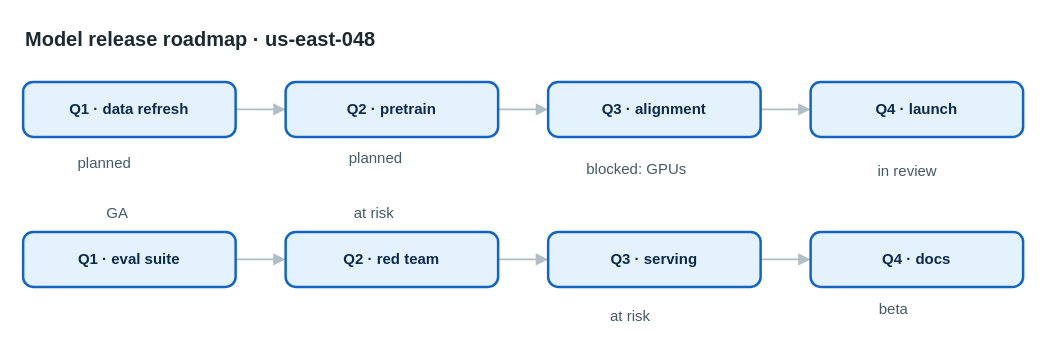
Above: apps/web/public/samples/library/048-model-release-roadmap.drawio in AryanG01/open-apprentice (draw.io), before the change. Source tidied: cells renumbered, new cells numbered last; positions are measured from the earlier drawing's top-left corner, leaving out a move shared by most shapes. Both pictures are drawn from the tidied source at 125%, with x=0, y=0 at pixel (22, 21).
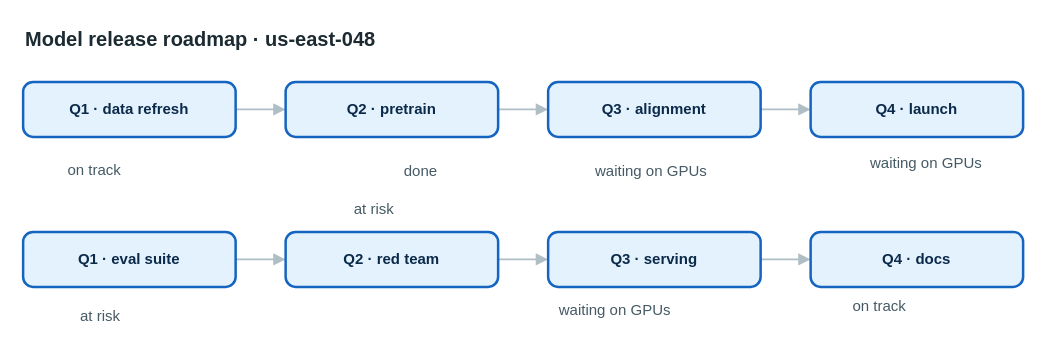
After the change.

Diff of the diagram source:
```diff
@@
-    <mxCell id="17" value="planned" style="text;html=1;align=left;verticalAlign=top;whiteSpace=nowrap;spacing=0;spacingTop=0;strokeColor=none;fillColor=none;fontSize=12;fontColor=#455a64;" parent="1" vertex="1">
-      <mxGeometry x="44" y="101" width="61" height="20" as="geometry" />
+    <mxCell id="17" value="on track" style="text;html=1;align=left;verticalAlign=top;whiteSpace=nowrap;spacing=0;spacingTop=0;strokeColor=none;fillColor=none;fontSize=12;fontColor=#455a64;" parent="1" vertex="1">
+      <mxGeometry x="36" y="107" width="68" height="20" as="geometry" />
     </mxCell>
-    <mxCell id="18" value="planned" style="text;html=1;align=left;verticalAlign=top;whiteSpace=nowrap;spacing=0;spacingTop=0;strokeColor=none;fillColor=none;fontSize=12;fontColor=#455a64;" parent="1" vertex="1">
-      <mxGeometry x="261" y="97" width="61" height="20" as="geometry" />
+    <mxCell id="18" value="done" style="text;html=1;align=left;verticalAlign=top;whiteSpace=nowrap;spacing=0;spacingTop=0;strokeColor=none;fillColor=none;fontSize=12;fontColor=#455a64;" parent="1" vertex="1">
+      <mxGeometry x="305" y="108" width="40" height="20" as="geometry" />
     </mxCell>
-    <mxCell id="19" value="blocked: GPUs" style="text;html=1;align=left;verticalAlign=top;whiteSpace=nowrap;spacing=0;spacingTop=0;strokeColor=none;fillColor=none;fontSize=12;fontColor=#455a64;" parent="1" vertex="1">
-      <mxGeometry x="451" y="106" width="103" height="20" as="geometry" />
+    <mxCell id="19" value="waiting on GPUs" style="text;html=1;align=left;verticalAlign=top;whiteSpace=nowrap;spacing=0;spacingTop=0;strokeColor=none;fillColor=none;fontSize=12;fontColor=#455a64;" parent="1" vertex="1">
+      <mxGeometry x="458" y="108" width="117" height="20" as="geometry" />
     </mxCell>
-    <mxCell id="20" value="in review" style="text;html=1;align=left;verticalAlign=top;whiteSpace=nowrap;spacing=0;spacingTop=0;strokeColor=none;fillColor=none;fontSize=12;fontColor=#455a64;" parent="1" vertex="1">
-      <mxGeometry x="684" y="108" width="75" height="20" as="geometry" />
+    <mxCell id="20" value="waiting on GPUs" style="text;html=1;align=left;verticalAlign=top;whiteSpace=nowrap;spacing=0;spacingTop=0;strokeColor=none;fillColor=none;fontSize=12;fontColor=#455a64;" parent="1" vertex="1">
+      <mxGeometry x="678" y="101" width="117" height="20" as="geometry" />
     </mxCell>
-    <mxCell id="21" value="GA" style="text;html=1;align=left;verticalAlign=top;whiteSpace=nowrap;spacing=0;spacingTop=0;strokeColor=none;fillColor=none;fontSize=12;fontColor=#455a64;" parent="1" vertex="1">
-      <mxGeometry x="67" y="141" width="26" height="20" as="geometry" />
+    <mxCell id="21" value="at risk" style="text;html=1;align=left;verticalAlign=top;whiteSpace=nowrap;spacing=0;spacingTop=0;strokeColor=none;fillColor=none;fontSize=12;fontColor=#455a64;" parent="1" vertex="1">
+      <mxGeometry x="46" y="224" width="61" height="20" as="geometry" />
     </mxCell>
     <mxCell id="22" value="at risk" style="text;html=1;align=left;verticalAlign=top;whiteSpace=nowrap;spacing=0;spacingTop=0;strokeColor=none;fillColor=none;fontSize=12;fontColor=#455a64;" parent="1" vertex="1">
-      <mxGeometry x="265" y="141" width="61" height="20" as="geometry" />
+      <mxGeometry x="265" y="138" width="61" height="20" as="geometry" />
     </mxCell>
-    <mxCell id="23" value="at risk" style="text;html=1;align=left;verticalAlign=top;whiteSpace=nowrap;spacing=0;spacingTop=0;strokeColor=none;fillColor=none;fontSize=12;fontColor=#455a64;" parent="1" vertex="1">
-      <mxGeometry x="470" y="224" width="61" height="20" as="geometry" />
+    <mxCell id="23" value="waiting on GPUs" style="text;html=1;align=left;verticalAlign=top;whiteSpace=nowrap;spacing=0;spacingTop=0;strokeColor=none;fillColor=none;fontSize=12;fontColor=#455a64;" parent="1" vertex="1">
+      <mxGeometry x="429" y="219" width="117" height="20" as="geometry" />
     </mxCell>
-    <mxCell id="24" value="beta" style="text;html=1;align=left;verticalAlign=top;whiteSpace=nowrap;spacing=0;spacingTop=0;strokeColor=none;fillColor=none;fontSize=12;fontColor=#455a64;" parent="1" vertex="1">
-      <mxGeometry x="685" y="218" width="40" height="20" as="geometry" />
+    <mxCell id="24" value="on track" style="text;html=1;align=left;verticalAlign=top;whiteSpace=nowrap;spacing=0;spacingTop=0;strokeColor=none;fillColor=none;fontSize=12;fontColor=#455a64;" parent="1" vertex="1">
+      <mxGeometry x="664" y="216" width="68" height="20" as="geometry" />
     </mxCell>
```
